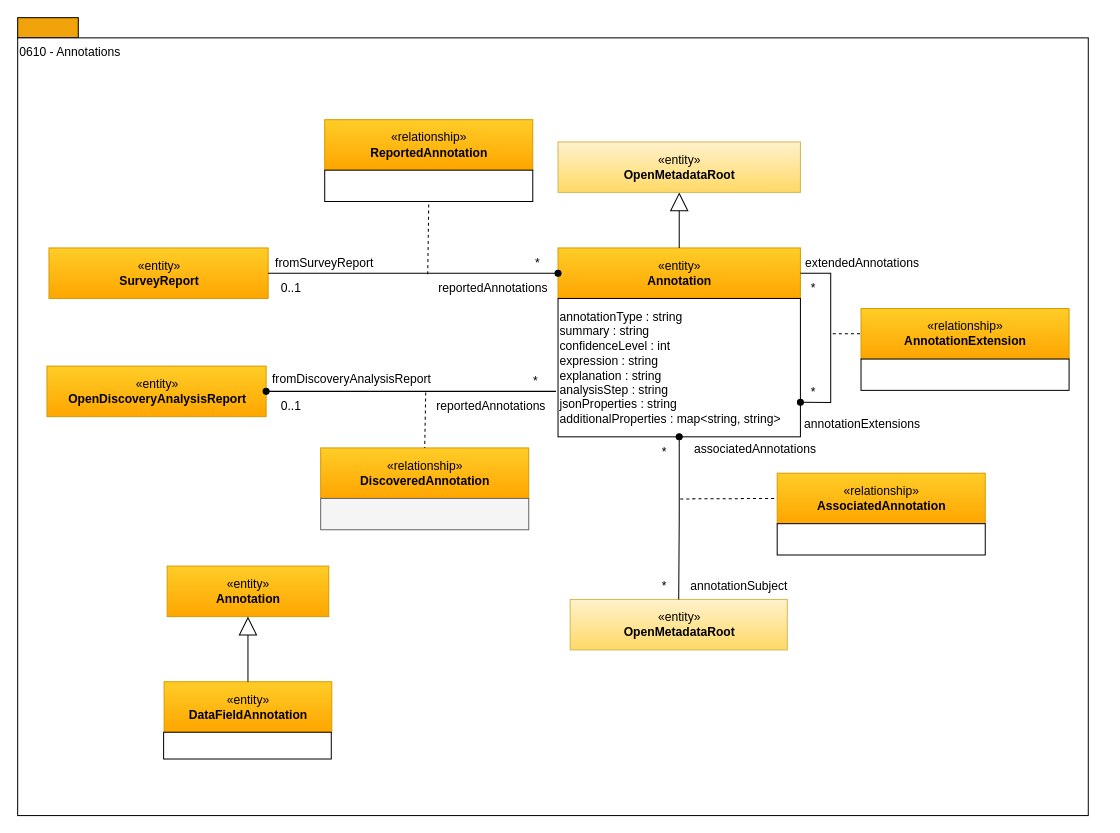
Above: page "0610-Annotations" (3 of 14) of site/docs/types/6/area-6-discovery.drawio in odpi/egeria-docs (draw.io), before the change. Source tidied: cells renumbered, new cells numbered last; positions are measured from the earlier drawing's top-left corner, leaving out a move shared by most shapes. Both pictures are drawn from the tidied source at 101%, with x=0, y=0 at pixel (17, 17).
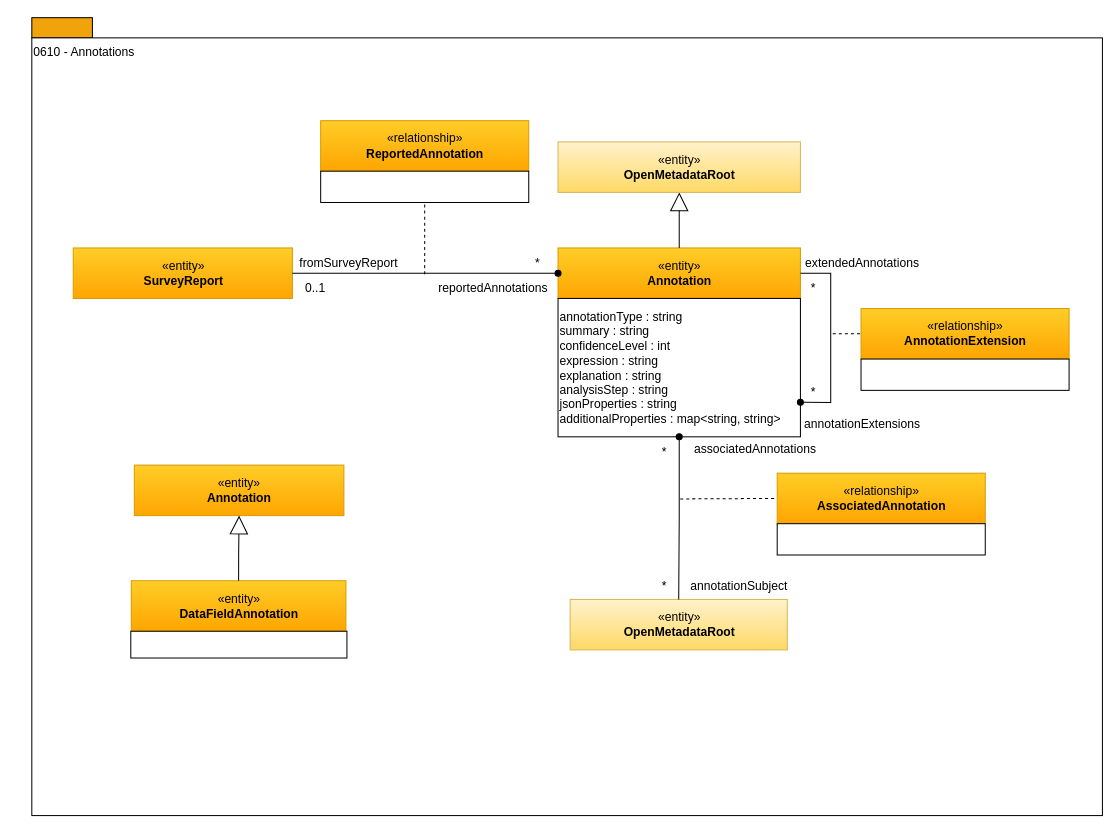
Above is the later version.

What changed in the source:
```diff
@@
     <mxCell id="2" style="rounded=0;whiteSpace=wrap;html=1;align=left;fillColor=#f0a30a;strokeColor=#000000;fontColor=#ffffff;" parent="1" vertex="1">
-      <mxGeometry width="60" height="20" as="geometry" />
+      <mxGeometry x="14" width="60" height="20" as="geometry" />
     </mxCell>
     <mxCell id="3" value="0610 - Annotations" style="rounded=0;whiteSpace=wrap;html=1;align=left;verticalAlign=top;" parent="1" vertex="1">
-      <mxGeometry y="20" width="1060" height="770" as="geometry" />
+      <mxGeometry x="14" y="20" width="1060" height="770" as="geometry" />
     </mxCell>
@@
     <mxCell id="7" value="0..1" style="text;html=1;strokeColor=none;fillColor=none;align=center;verticalAlign=middle;whiteSpace=wrap;rounded=0;" parent="1" vertex="1">
-      <mxGeometry x="251" y="258" width="40" height="20" as="geometry" />
+      <mxGeometry x="275" y="258" width="40" height="20" as="geometry" />
     </mxCell>
     <mxCell id="8" value="fromSurveyReport" style="text;html=1;strokeColor=none;fillColor=none;align=center;verticalAlign=middle;whiteSpace=wrap;rounded=0;" parent="1" vertex="1">
-      <mxGeometry x="242" y="233" width="124" height="20" as="geometry" />
+      <mxGeometry x="266" y="233" width="124" height="20" as="geometry" />
     </mxCell>
@@
     <mxCell id="10" value="«entity»&lt;br&gt;&lt;b&gt;SurveyReport&lt;/b&gt;" style="html=1;strokeColor=#d79b00;align=center;fillColor=#ffcd28;gradientColor=#ffa500;" parent="1" vertex="1">
-      <mxGeometry x="31" y="228" width="217" height="50" as="geometry" />
+      <mxGeometry x="55" y="228" width="217" height="50" as="geometry" />
     </mxCell>
     <mxCell id="11" value="«relationship»&lt;br&gt;&lt;b&gt;ReportedAnnotation&lt;/b&gt;" style="html=1;strokeColor=#d79b00;align=center;fillColor=#ffcd28;gradientColor=#ffa500;" parent="1" vertex="1">
-      <mxGeometry x="304" y="101" width="206" height="50" as="geometry" />
+      <mxGeometry x="300" y="102" width="206" height="50" as="geometry" />
     </mxCell>
     <mxCell id="12" style="endArrow=none;dashed=1;html=1;entryX=0.5;entryY=1;entryDx=0;entryDy=0;" parent="1" edge="1" target="13">
       <mxGeometry relative="1" as="geometry">
-        <mxPoint x="406" y="254" as="sourcePoint" />
+        <mxPoint x="403" y="254" as="sourcePoint" />
       </mxGeometry>
     </mxCell>
     <mxCell id="13" style="rounded=0;whiteSpace=wrap;html=1;strokeColor=#000000;gradientColor=#ffffff;align=center;" parent="1" vertex="1">
-      <mxGeometry x="304" y="151" width="206" height="31" as="geometry" />
+      <mxGeometry x="300" y="152" width="206" height="31" as="geometry" />
     </mxCell>
@@
     <mxCell id="34" value="«entity»&lt;br&gt;&lt;b&gt;DataFieldAnnotation&lt;/b&gt;" style="html=1;strokeColor=#d79b00;align=center;fillColor=#ffcd28;gradientColor=#ffa500;" parent="1" vertex="1">
-      <mxGeometry x="145" y="657.5" width="166" height="50" as="geometry" />
+      <mxGeometry x="112.5" y="557.5" width="212.5" height="50" as="geometry" />
     </mxCell>
     <mxCell id="35" style="rounded=0;whiteSpace=wrap;html=1;strokeColor=#000000;gradientColor=#ffffff;align=left;" parent="1" vertex="1">
-      <mxGeometry x="144.5" y="707.5" width="166" height="26.5" as="geometry" />
+      <mxGeometry x="112" y="607.5" width="214" height="26.5" as="geometry" />
     </mxCell>
     <mxCell id="36" value="«entity»&lt;br&gt;&lt;b&gt;Annotation&lt;/b&gt;" style="html=1;strokeColor=#d79b00;align=center;fillColor=#ffcd28;gradientColor=#ffa500;" parent="1" vertex="1">
-      <mxGeometry x="148" y="543" width="160" height="50" as="geometry" />
+      <mxGeometry x="115.5" y="443" width="207.5" height="50" as="geometry" />
     </mxCell>
@@
-    <mxCell id="38" value="*" style="text;html=1;strokeColor=none;fillColor=none;align=center;verticalAlign=middle;whiteSpace=wrap;rounded=0;" parent="1" vertex="1">
-      <mxGeometry x="493" y="350" width="40" height="20" as="geometry" />
-    </mxCell>
-    <mxCell id="39" value="0..1" style="text;html=1;strokeColor=none;fillColor=none;align=center;verticalAlign=middle;whiteSpace=wrap;rounded=0;" parent="1" vertex="1">
-      <mxGeometry x="251" y="375" width="40" height="20" as="geometry" />
-    </mxCell>
-    <mxCell id="40" value="fromDiscoveryAnalysisReport" style="text;html=1;strokeColor=none;fillColor=none;align=center;verticalAlign=middle;whiteSpace=wrap;rounded=0;" parent="1" vertex="1">
-      <mxGeometry x="269" y="348" width="124" height="20" as="geometry" />
-    </mxCell>
-    <mxCell id="41" value="reportedAnnotations" style="text;html=1;strokeColor=none;fillColor=none;align=center;verticalAlign=middle;whiteSpace=wrap;rounded=0;" parent="1" vertex="1">
-      <mxGeometry x="405" y="375" width="128" height="20" as="geometry" />
-    </mxCell>
-    <mxCell id="42" value="«entity»&lt;br&gt;&lt;b&gt;OpenDiscoveryAnalysisReport&lt;/b&gt;" style="html=1;strokeColor=#d79b00;align=center;fillColor=#ffcd28;gradientColor=#ffa500;" parent="1" vertex="1">
-      <mxGeometry x="29" y="345" width="217" height="50" as="geometry" />
-    </mxCell>
-    <mxCell id="43" value="«relationship»&lt;br&gt;&lt;b&gt;DiscoveredAnnotation&lt;/b&gt;" style="html=1;strokeColor=#d79b00;align=center;fillColor=#ffcd28;gradientColor=#ffa500;" parent="1" vertex="1">
-      <mxGeometry x="300" y="426" width="206" height="50" as="geometry" />
-    </mxCell>
-    <mxCell id="44" style="endArrow=none;dashed=1;html=1;entryX=0.5;entryY=0;entryDx=0;entryDy=0;" parent="1" edge="1" target="43">
-      <mxGeometry relative="1" as="geometry">
-        <mxPoint x="404" y="371" as="sourcePoint" />
-      </mxGeometry>
-    </mxCell>
-    <mxCell id="45" style="rounded=0;whiteSpace=wrap;html=1;strokeColor=#666666;align=center;fillColor=#f5f5f5;fontColor=#333333;" parent="1" vertex="1">
-      <mxGeometry x="300" y="476" width="206" height="31" as="geometry" />
-    </mxCell>
-    <mxCell id="46" style="endArrow=oval;html=1;entryX=1;entryY=0.5;exitX=0;exitY=0.5;endFill=1;" parent="1" edge="1" target="42">
-      <mxGeometry relative="1" as="geometry">
-        <mxPoint x="533" y="370" as="sourcePoint" />
-      </mxGeometry>
-    </mxCell>
```
